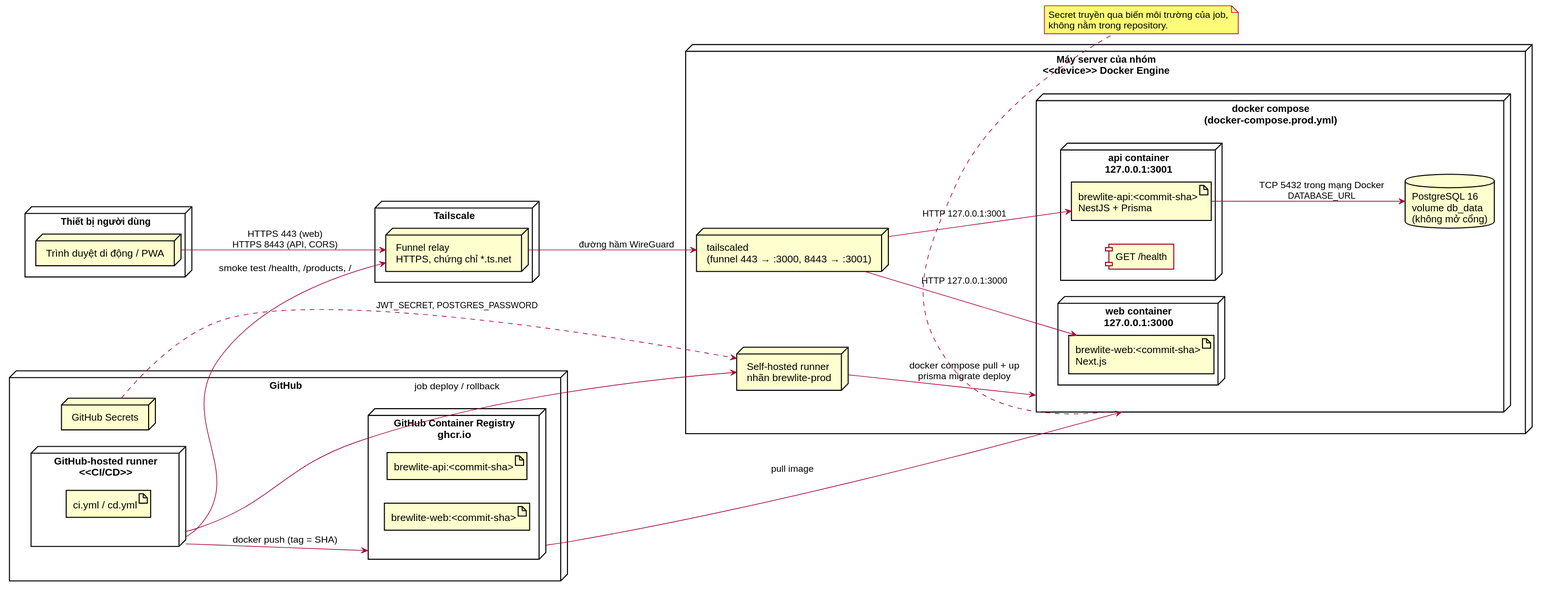
This is docs/architecture/deployment.svg from dinh-hung-116/BrewLite-Assignment2, a PlantUML export, as it was before one commit.
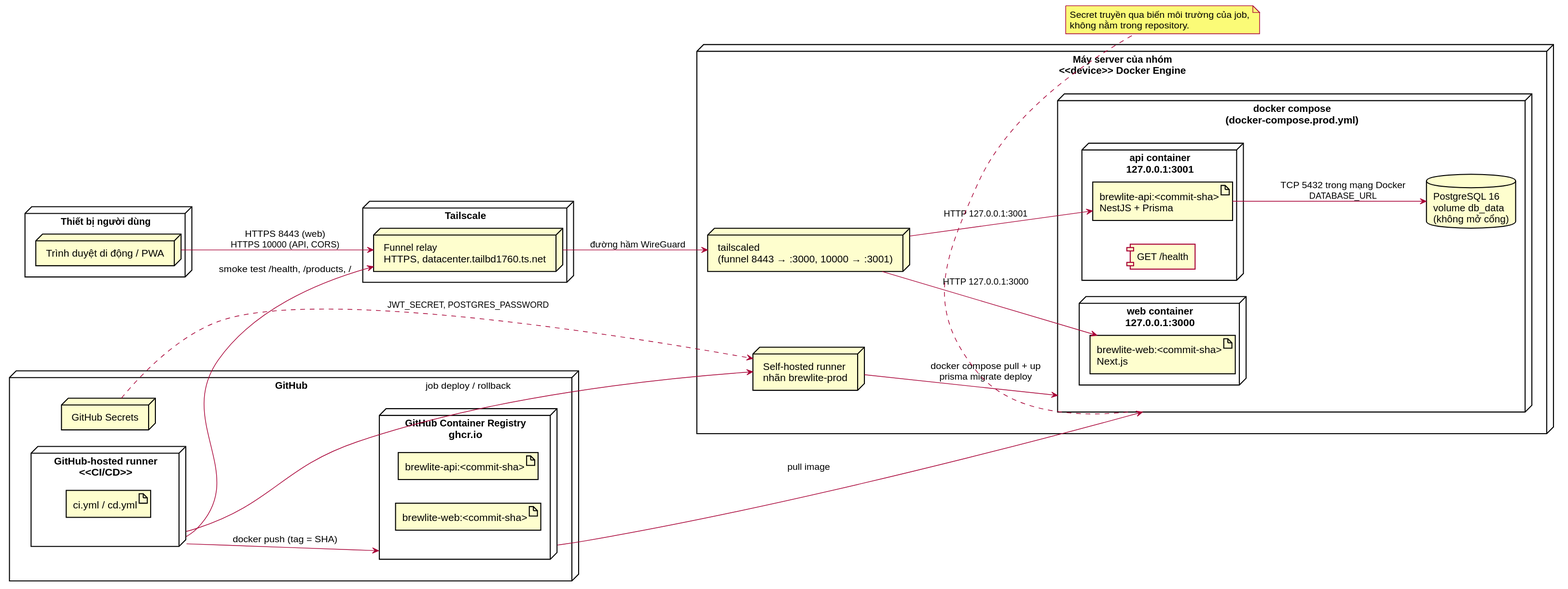
After the commit.

Commit message:
docs(deploy): URL production thật trên Tailscale Funnel (web :8443, API :10000)

Diff of the diagram source:
```diff
@@ -7,7 +7,7 @@
 }
 
 node "Tailscale" as TS {
-  node "Funnel relay\nHTTPS, chứng chỉ *.ts.net" as Funnel
+  node "Funnel relay\nHTTPS, datacenter.tailbd1760.ts.net" as Funnel
 }
 
 node "GitHub" as GH {
@@ -22,7 +22,7 @@
 }
 
 node "Máy server của nhóm\n<<device>> Docker Engine" as Server {
-  node "tailscaled\n(funnel 443 → :3000, 8443 → :3001)" as TSD
+  node "tailscaled\n(funnel 8443 → :3000, 10000 → :3001)" as TSD
   node "Self-hosted runner\nnhãn brewlite-prod" as SHR
   node "docker compose\n(docker-compose.prod.yml)" as Compose {
     node "web container\n127.0.0.1:3000" as WebNode {
@@ -36,7 +36,7 @@
   }
 }
 
-Browser --> Funnel : HTTPS 443 (web)\nHTTPS 8443 (API, CORS)
+Browser --> Funnel : HTTPS 8443 (web)\nHTTPS 10000 (API, CORS)
 Funnel --> TSD : đường hầm WireGuard
 TSD --> WebArt : HTTP 127.0.0.1:3000
 TSD --> ApiArt : HTTP 127.0.0.1:3001
```
